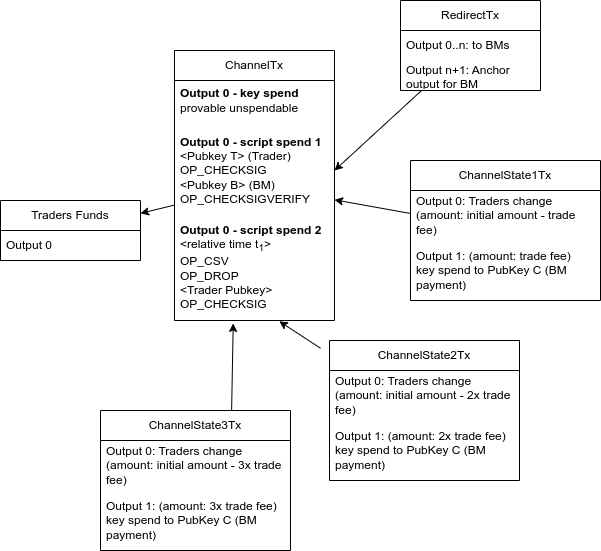
This is concept/renderedForWeb/tradefeepayment.drawio.png from bisq-network/bisq-musig, a draw.io export, as it was before one commit. Source tidied: cells renumbered, new cells last; positions are measured from the earlier drawing's top-left corner, leaving out a move shared by most shapes.
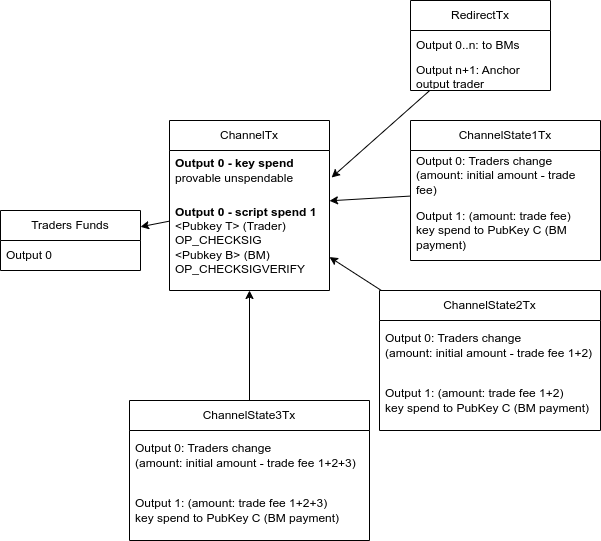
The same file after the commit.

Commit message:
updated trade fee concept

The edit, as a diff of the source:
```diff
@@ -1,4 +1,4 @@
-<mxGraphModel>
+<mxGraphModel background="#ffffff">
   <root>
     <mxCell id="0" />
     <mxCell id="1" parent="0" />
@@ -12,7 +12,7 @@
       <mxGeometry relative="1" as="geometry" />
     </mxCell>
     <mxCell id="5" value="ChannelTx" style="swimlane;fontStyle=0;horizontal=1;startSize=30;whiteSpace=wrap;html=1;" parent="1" vertex="1">
-      <mxGeometry x="174" y="50" width="160" height="270" as="geometry" />
+      <mxGeometry x="169" y="110" width="160" height="170" as="geometry" />
     </mxCell>
     <mxCell id="6" value="&lt;b&gt;Output 0 - key spend&amp;nbsp;&lt;/b&gt;&lt;div&gt;provable unspendable&lt;/div&gt;" style="text;strokeColor=none;fillColor=none;align=left;verticalAlign=middle;spacingLeft=4;spacingRight=4;overflow=hidden;points=[[0,0.5],[1,0.5]];portConstraint=eastwest;whiteSpace=wrap;html=1;" parent="5" vertex="1">
       <mxGeometry y="30" width="160" height="40" as="geometry" />
@@ -20,26 +20,23 @@
     <mxCell id="7" value="&lt;b&gt;Output 0 - script spend 1&lt;/b&gt;&lt;div&gt;&lt;span style=&quot;background-color: transparent; color: light-dark(rgb(0, 0, 0), rgb(255, 255, 255));&quot;&gt;&amp;lt;Pubkey T&amp;gt; (Trader)&lt;/span&gt;&lt;/div&gt;&lt;div&gt;OP_CHECKSIG&lt;/div&gt;&lt;div&gt;&amp;lt;Pubkey B&amp;gt; (BM)&lt;/div&gt;&lt;div&gt;OP_CHECKSIGVERIFY&lt;/div&gt;" style="text;strokeColor=none;fillColor=none;align=left;verticalAlign=middle;spacingLeft=4;spacingRight=4;overflow=hidden;points=[[0,0.5],[1,0.5]];portConstraint=eastwest;whiteSpace=wrap;html=1;" parent="5" vertex="1">
       <mxGeometry y="70" width="160" height="100" as="geometry" />
     </mxCell>
-    <mxCell id="8" value="&lt;b&gt;Output 0 - script spend 2&lt;/b&gt;&lt;div&gt;&amp;lt;relative time t&lt;sub&gt;1&lt;/sub&gt;&amp;gt;&lt;/div&gt;&lt;div&gt;OP_CSV&lt;/div&gt;&lt;div&gt;OP_DROP&lt;/div&gt;&lt;div&gt;&amp;lt;Trader Pubkey&amp;gt;&lt;/div&gt;&lt;div&gt;OP_CHECKSIG&lt;/div&gt;&lt;div&gt;&lt;br&gt;&lt;/div&gt;" style="text;strokeColor=none;fillColor=none;align=left;verticalAlign=middle;spacingLeft=4;spacingRight=4;overflow=hidden;points=[[0,0.5],[1,0.5]];portConstraint=eastwest;whiteSpace=wrap;html=1;" parent="5" vertex="1">
-      <mxGeometry y="170" width="160" height="100" as="geometry" />
-    </mxCell>
     <mxCell id="9" value="RedirectTx" style="swimlane;fontStyle=0;horizontal=1;startSize=30;whiteSpace=wrap;html=1;" parent="1" vertex="1">
-      <mxGeometry x="400" width="140" height="90" as="geometry" />
+      <mxGeometry x="410" y="-10" width="140" height="90" as="geometry" />
     </mxCell>
     <mxCell id="10" value="Output 0..n: to BMs" style="text;strokeColor=none;fillColor=none;align=left;verticalAlign=middle;spacingLeft=4;spacingRight=4;overflow=hidden;whiteSpace=wrap;html=1;" parent="9" vertex="1">
       <mxGeometry y="30" width="140" height="30" as="geometry" />
     </mxCell>
-    <mxCell id="11" value="Output n+1: Anchor output for BM" style="text;strokeColor=none;fillColor=none;align=left;verticalAlign=middle;spacingLeft=4;spacingRight=4;overflow=hidden;whiteSpace=wrap;html=1;" parent="9" vertex="1">
+    <mxCell id="11" value="Output n+1: Anchor output trader" style="text;strokeColor=none;fillColor=none;align=left;verticalAlign=middle;spacingLeft=4;spacingRight=4;overflow=hidden;whiteSpace=wrap;html=1;" parent="9" vertex="1">
       <mxGeometry y="60" width="140" height="30" as="geometry" />
     </mxCell>
-    <mxCell id="12" style="rounded=0;jettySize=auto;html=1;entryX=1;entryY=0.5;entryDx=0;entryDy=0;" parent="1" edge="1" source="9" target="7">
+    <mxCell id="12" style="rounded=0;jettySize=auto;html=1;entryX=1.013;entryY=0.675;entryDx=0;entryDy=0;entryPerimeter=0;" parent="1" edge="1" source="9" target="6">
       <mxGeometry relative="1" as="geometry" />
     </mxCell>
     <mxCell id="13" style="edgeStyle=none;shape=connector;rounded=0;jettySize=auto;html=1;strokeColor=default;align=center;verticalAlign=middle;fontFamily=Helvetica;fontSize=11;fontColor=default;labelBackgroundColor=default;endArrow=classic;" parent="1" edge="1" source="14" target="5">
       <mxGeometry relative="1" as="geometry" />
     </mxCell>
     <mxCell id="14" value="ChannelState1Tx" style="swimlane;fontStyle=0;horizontal=1;startSize=30;whiteSpace=wrap;html=1;" parent="1" vertex="1">
-      <mxGeometry x="410" y="160" width="190" height="140" as="geometry" />
+      <mxGeometry x="410" y="110" width="190" height="140" as="geometry" />
     </mxCell>
     <mxCell id="15" value="Output 0: Traders change&lt;div&gt;(amount: initial amount - trade fee)&lt;/div&gt;" style="text;strokeColor=none;fillColor=none;align=left;verticalAlign=middle;spacingLeft=4;spacingRight=4;overflow=hidden;whiteSpace=wrap;html=1;" parent="14" vertex="1">
       <mxGeometry y="30" width="190" height="50" as="geometry" />
@@ -47,33 +44,29 @@
     <mxCell id="16" value="Output 1: (amount: trade fee)&lt;div&gt;key spend to PubKey C (BM payment)&lt;/div&gt;" style="text;strokeColor=none;fillColor=none;align=left;verticalAlign=middle;spacingLeft=4;spacingRight=4;overflow=hidden;whiteSpace=wrap;html=1;" parent="14" vertex="1">
       <mxGeometry y="80" width="190" height="60" as="geometry" />
     </mxCell>
-    <mxCell id="17" style="rounded=0;jettySize=auto;html=1;entryX=0.655;entryY=1.008;entryDx=0;entryDy=0;entryPerimeter=0;" parent="1" edge="1" target="8">
-      <mxGeometry relative="1" as="geometry">
-        <mxPoint x="320" y="347.7" as="sourcePoint" />
-      </mxGeometry>
+    <mxCell id="17" style="rounded=0;jettySize=auto;html=1;" parent="1" edge="1" source="22" target="5">
+      <mxGeometry relative="1" as="geometry" />
     </mxCell>
-    <mxCell id="18" style="edgeStyle=none;shape=connector;rounded=0;jettySize=auto;html=1;entryX=0.367;entryY=1.029;entryDx=0;entryDy=0;entryPerimeter=0;strokeColor=default;align=center;verticalAlign=middle;fontFamily=Helvetica;fontSize=11;fontColor=default;labelBackgroundColor=default;endArrow=classic;" parent="1" edge="1" target="8">
-      <mxGeometry relative="1" as="geometry">
-        <mxPoint x="231.1" y="410" as="sourcePoint" />
-      </mxGeometry>
+    <mxCell id="18" style="edgeStyle=none;shape=connector;rounded=0;jettySize=auto;html=1;strokeColor=default;align=center;verticalAlign=middle;fontFamily=Helvetica;fontSize=11;fontColor=default;labelBackgroundColor=default;endArrow=classic;" parent="1" edge="1" source="19" target="5">
+      <mxGeometry relative="1" as="geometry" />
     </mxCell>
     <mxCell id="19" value="ChannelState3Tx" style="swimlane;fontStyle=0;horizontal=1;startSize=30;whiteSpace=wrap;html=1;" parent="1" vertex="1">
-      <mxGeometry x="100" y="410" width="190" height="140" as="geometry" />
+      <mxGeometry x="129" y="390" width="240" height="140" as="geometry" />
     </mxCell>
-    <mxCell id="20" value="Output 0: Traders change&lt;div&gt;(amount: initial amount - 3x trade fee)&lt;/div&gt;" style="text;strokeColor=none;fillColor=none;align=left;verticalAlign=middle;spacingLeft=4;spacingRight=4;overflow=hidden;whiteSpace=wrap;html=1;" parent="19" vertex="1">
-      <mxGeometry y="30" width="190" height="50" as="geometry" />
+    <mxCell id="20" value="Output 0: Traders change&lt;div&gt;(amount: initial amount - trade fee 1+2+3)&lt;/div&gt;" style="text;strokeColor=none;fillColor=none;align=left;verticalAlign=middle;spacingLeft=4;spacingRight=4;overflow=hidden;whiteSpace=wrap;html=1;" parent="19" vertex="1">
+      <mxGeometry y="30" width="240" height="50" as="geometry" />
     </mxCell>
-    <mxCell id="21" value="Output 1: (amount: 3x trade fee)&lt;div&gt;key spend to PubKey C (BM payment)&lt;/div&gt;" style="text;strokeColor=none;fillColor=none;align=left;verticalAlign=middle;spacingLeft=4;spacingRight=4;overflow=hidden;whiteSpace=wrap;html=1;" parent="19" vertex="1">
-      <mxGeometry y="80" width="190" height="60" as="geometry" />
+    <mxCell id="21" value="Output 1: (amount: trade fee 1+2+3)&lt;div&gt;key spend to PubKey C (BM payment)&lt;/div&gt;" style="text;strokeColor=none;fillColor=none;align=left;verticalAlign=middle;spacingLeft=4;spacingRight=4;overflow=hidden;whiteSpace=wrap;html=1;" parent="19" vertex="1">
+      <mxGeometry y="80" width="240" height="60" as="geometry" />
     </mxCell>
     <mxCell id="22" value="ChannelState2Tx" style="swimlane;fontStyle=0;horizontal=1;startSize=30;whiteSpace=wrap;html=1;" parent="1" vertex="1">
-      <mxGeometry x="329" y="340" width="190" height="140" as="geometry" />
+      <mxGeometry x="379" y="280" width="221" height="140" as="geometry" />
     </mxCell>
-    <mxCell id="23" value="Output 0: Traders change&lt;div&gt;(amount: initial amount - 2x trade fee)&lt;/div&gt;" style="text;strokeColor=none;fillColor=none;align=left;verticalAlign=middle;spacingLeft=4;spacingRight=4;overflow=hidden;whiteSpace=wrap;html=1;" parent="22" vertex="1">
-      <mxGeometry y="30" width="190" height="50" as="geometry" />
+    <mxCell id="23" value="Output 0: Traders change&lt;div&gt;(amount: initial amount - trade fee 1+2)&lt;/div&gt;" style="text;strokeColor=none;fillColor=none;align=left;verticalAlign=middle;spacingLeft=4;spacingRight=4;overflow=hidden;whiteSpace=wrap;html=1;" parent="22" vertex="1">
+      <mxGeometry y="30" width="221" height="50" as="geometry" />
     </mxCell>
-    <mxCell id="24" value="Output 1: (amount: 2x trade fee)&lt;div&gt;key spend to PubKey C (BM payment)&lt;/div&gt;" style="text;strokeColor=none;fillColor=none;align=left;verticalAlign=middle;spacingLeft=4;spacingRight=4;overflow=hidden;whiteSpace=wrap;html=1;" parent="22" vertex="1">
-      <mxGeometry y="80" width="190" height="60" as="geometry" />
+    <mxCell id="24" value="Output 1: (amount: trade fee 1+2)&lt;div&gt;key spend to PubKey C (BM payment)&lt;/div&gt;" style="text;strokeColor=none;fillColor=none;align=left;verticalAlign=middle;spacingLeft=4;spacingRight=4;overflow=hidden;whiteSpace=wrap;html=1;" parent="22" vertex="1">
+      <mxGeometry y="80" width="221" height="60" as="geometry" />
     </mxCell>
   </root>
 </mxGraphModel>
```
